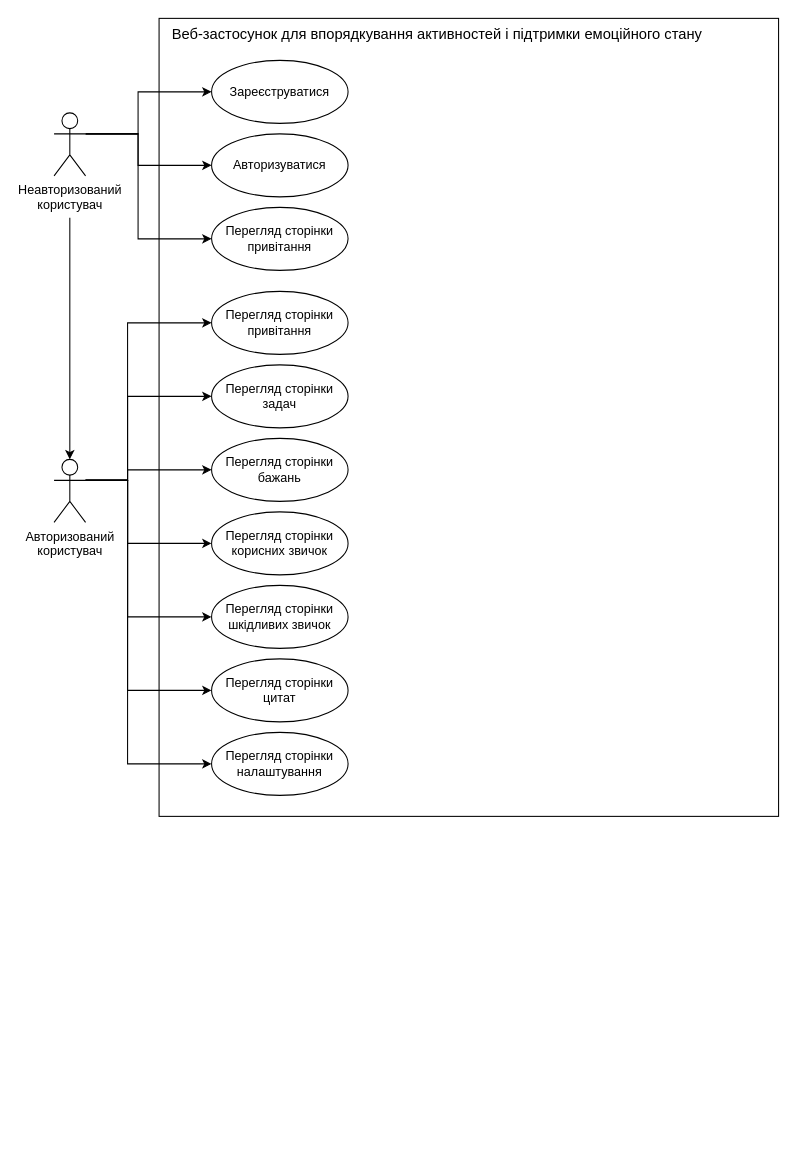
Earlier version of the draw.io diagram assets/usecase.drawio (whitetark/bbetter). Source tidied: cells renumbered, new cells numbered last; positions are measured from the earlier drawing's top-left corner, leaving out a move shared by most shapes. Both pictures are drawn from the tidied source at 105%, with x=0, y=0 at pixel (54, 18).
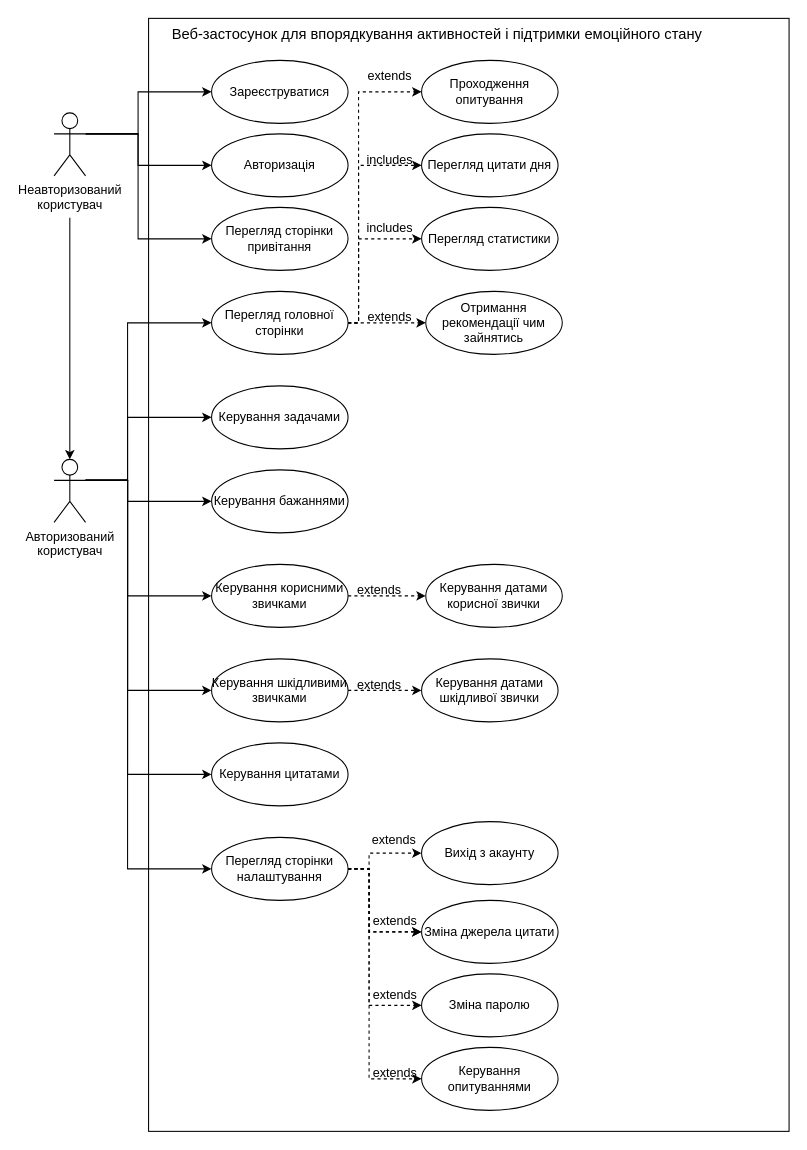
After the change.

Unchanged cells that the change refers to:
```xml
<mxCell id="15" value="Авторизований &lt;br&gt;користувач" style="shape=umlActor;verticalLabelPosition=bottom;verticalAlign=top;html=1;outlineConnect=0;" parent="1" vertex="1">
  <mxGeometry y="420" width="30" height="60" as="geometry" />
</mxCell>
```

Diff of the diagram source:
```diff
@@
     <mxCell id="2" style="rounded=0;whiteSpace=wrap;html=1;" parent="1" vertex="1">
-      <mxGeometry x="100" width="590" height="760" as="geometry" />
+      <mxGeometry x="90" width="610" height="1060" as="geometry" />
     </mxCell>
@@
-    <mxCell id="9" style="edgeStyle=orthogonalEdgeStyle;rounded=0;jettySize=auto;html=1;exitX=1;exitY=0.3333333333333333;exitDx=0;exitDy=0;exitPerimeter=0;entryX=0;entryY=0.5;entryDx=0;entryDy=0;" parent="1" edge="1" source="15" target="19">
+    <mxCell id="9" style="edgeStyle=orthogonalEdgeStyle;rounded=0;jettySize=auto;html=1;exitX=1;exitY=0.3333333333333333;exitDx=0;exitDy=0;exitPerimeter=0;entryX=0;entryY=0.5;entryDx=0;entryDy=0;" parent="1" edge="1" source="15">
       <mxGeometry relative="1" as="geometry">
+        <mxPoint x="150" y="380" as="targetPoint" />
         <Array as="points">
           <mxPoint x="70" y="440" />
-          <mxPoint x="70" y="360" />
+          <mxPoint x="70" y="380" />
         </Array>
       </mxGeometry>
     </mxCell>
-    <mxCell id="10" style="edgeStyle=orthogonalEdgeStyle;rounded=0;jettySize=auto;html=1;exitX=1;exitY=0.3333333333333333;exitDx=0;exitDy=0;exitPerimeter=0;" parent="1" edge="1" source="15" target="21">
-      <mxGeometry relative="1" as="geometry">
-        <Array as="points">
-          <mxPoint x="70" y="440" />
-          <mxPoint x="70" y="430" />
-        </Array>
-      </mxGeometry>
-    </mxCell>
-    <mxCell id="11" style="edgeStyle=orthogonalEdgeStyle;rounded=0;jettySize=auto;html=1;exitX=1;exitY=0.3333333333333333;exitDx=0;exitDy=0;exitPerimeter=0;entryX=0;entryY=0.5;entryDx=0;entryDy=0;" parent="1" edge="1" source="15" target="23">
+    <mxCell id="11" style="edgeStyle=orthogonalEdgeStyle;rounded=0;jettySize=auto;html=1;exitX=1;exitY=0.3333333333333333;exitDx=0;exitDy=0;exitPerimeter=0;entryX=0;entryY=0.5;entryDx=0;entryDy=0;" parent="1" edge="1" source="15">
       <mxGeometry relative="1" as="geometry">
+        <mxPoint x="150" y="550" as="targetPoint" />
         <Array as="points">
           <mxPoint x="70" y="440" />
-          <mxPoint x="70" y="500" />
+          <mxPoint x="70" y="550" />
         </Array>
       </mxGeometry>
     </mxCell>
-    <mxCell id="12" style="edgeStyle=orthogonalEdgeStyle;rounded=0;jettySize=auto;html=1;exitX=1;exitY=0.3333333333333333;exitDx=0;exitDy=0;exitPerimeter=0;entryX=0;entryY=0.5;entryDx=0;entryDy=0;" parent="1" edge="1" source="15" target="24">
+    <mxCell id="12" style="edgeStyle=orthogonalEdgeStyle;rounded=0;jettySize=auto;html=1;exitX=1;exitY=0.3333333333333333;exitDx=0;exitDy=0;exitPerimeter=0;entryX=0;entryY=0.5;entryDx=0;entryDy=0;" parent="1" edge="1" source="15">
       <mxGeometry relative="1" as="geometry">
+        <mxPoint x="150" y="640" as="targetPoint" />
         <Array as="points">
           <mxPoint x="70" y="440" />
-          <mxPoint x="70" y="570" />
+          <mxPoint x="70" y="640" />
         </Array>
       </mxGeometry>
     </mxCell>
-    <mxCell id="13" style="edgeStyle=orthogonalEdgeStyle;rounded=0;jettySize=auto;html=1;exitX=1;exitY=0.3333333333333333;exitDx=0;exitDy=0;exitPerimeter=0;entryX=0;entryY=0.5;entryDx=0;entryDy=0;" parent="1" edge="1" source="15" target="25">
+    <mxCell id="13" style="edgeStyle=orthogonalEdgeStyle;rounded=0;jettySize=auto;html=1;exitX=1;exitY=0.3333333333333333;exitDx=0;exitDy=0;exitPerimeter=0;entryX=0;entryY=0.5;entryDx=0;entryDy=0;" parent="1" edge="1" source="15">
       <mxGeometry relative="1" as="geometry">
+        <mxPoint x="150" y="720" as="targetPoint" />
         <Array as="points">
           <mxPoint x="70" y="440" />
-          <mxPoint x="70" y="640" />
+          <mxPoint x="70" y="720" />
         </Array>
       </mxGeometry>
     </mxCell>
     <mxCell id="14" style="edgeStyle=orthogonalEdgeStyle;rounded=0;jettySize=auto;html=1;exitX=1;exitY=0.3333333333333333;exitDx=0;exitDy=0;exitPerimeter=0;entryX=0;entryY=0.5;entryDx=0;entryDy=0;" parent="1" edge="1" source="15" target="26">
       <mxGeometry relative="1" as="geometry">
         <Array as="points">
           <mxPoint x="70" y="440" />
-          <mxPoint x="70" y="710" />
+          <mxPoint x="70" y="810" />
+          <mxPoint x="150" y="810" />
         </Array>
       </mxGeometry>
     </mxCell>
+    <mxCell id="27" style="edgeStyle=orthogonalEdgeStyle;rounded=0;jettySize=auto;html=1;exitX=1;exitY=0.3333333333333333;exitDx=0;exitDy=0;exitPerimeter=0;entryX=0;entryY=0.5;entryDx=0;entryDy=0;" parent="1" edge="1" source="15">
+      <mxGeometry relative="1" as="geometry">
+        <mxPoint x="150" y="460" as="targetPoint" />
+        <Array as="points">
+          <mxPoint x="70" y="440" />
+          <mxPoint x="70" y="460" />
+        </Array>
+      </mxGeometry>
+    </mxCell>
@@
-    <mxCell id="17" value="Авторизуватися" style="ellipse;whiteSpace=wrap;html=1;" parent="1" vertex="1">
+    <mxCell id="17" value="Авторизація" style="ellipse;whiteSpace=wrap;html=1;" parent="1" vertex="1">
       <mxGeometry x="150" y="110" width="130" height="60" as="geometry" />
     </mxCell>
@@
-    <mxCell id="19" value="Перегляд сторінки задач" style="ellipse;whiteSpace=wrap;html=1;" parent="1" vertex="1">
-      <mxGeometry x="150" y="330" width="130" height="60" as="geometry" />
-    </mxCell>
@@
-    <mxCell id="21" value="Перегляд сторінки бажань" style="ellipse;whiteSpace=wrap;html=1;" parent="1" vertex="1">
-      <mxGeometry x="150" y="400" width="130" height="60" as="geometry" />
-    </mxCell>
+    <mxCell id="28" style="edgeStyle=orthogonalEdgeStyle;rounded=0;jettySize=auto;html=1;exitX=1;exitY=0.5;exitDx=0;exitDy=0;entryX=0;entryY=0.5;entryDx=0;entryDy=0;dashed=1;" parent="1" edge="1" source="22" target="36">
+      <mxGeometry relative="1" as="geometry">
+        <Array as="points">
+          <mxPoint x="290" y="290" />
+          <mxPoint x="290" y="70" />
+        </Array>
+      </mxGeometry>
+    </mxCell>
+    <mxCell id="29" style="edgeStyle=orthogonalEdgeStyle;rounded=0;jettySize=auto;html=1;exitX=1;exitY=0.5;exitDx=0;exitDy=0;entryX=0;entryY=0.5;entryDx=0;entryDy=0;dashed=1;" parent="1" edge="1" source="22" target="56">
+      <mxGeometry relative="1" as="geometry" />
+    </mxCell>
+    <mxCell id="30" style="edgeStyle=orthogonalEdgeStyle;rounded=0;jettySize=auto;html=1;exitX=1;exitY=0.5;exitDx=0;exitDy=0;entryX=0;entryY=0.5;entryDx=0;entryDy=0;dashed=1;" parent="1" edge="1" source="22" target="35">
+      <mxGeometry relative="1" as="geometry">
+        <Array as="points">
+          <mxPoint x="290" y="290" />
+          <mxPoint x="290" y="210" />
+        </Array>
+      </mxGeometry>
+    </mxCell>
-    <mxCell id="22" value="Перегляд сторінки привітання" style="ellipse;whiteSpace=wrap;html=1;" parent="1" vertex="1">
+    <mxCell id="22" value="Перегляд головної сторінки" style="ellipse;whiteSpace=wrap;html=1;" parent="1" vertex="1">
       <mxGeometry x="150" y="260" width="130" height="60" as="geometry" />
     </mxCell>
-    <mxCell id="23" value="Перегляд сторінки корисних звичок" style="ellipse;whiteSpace=wrap;html=1;" parent="1" vertex="1">
-      <mxGeometry x="150" y="470" width="130" height="60" as="geometry" />
-    </mxCell>
-    <mxCell id="24" value="Перегляд сторінки шкідливих звичок" style="ellipse;whiteSpace=wrap;html=1;" parent="1" vertex="1">
-      <mxGeometry x="150" y="540" width="130" height="60" as="geometry" />
-    </mxCell>
-    <mxCell id="25" value="Перегляд сторінки цитат" style="ellipse;whiteSpace=wrap;html=1;" parent="1" vertex="1">
-      <mxGeometry x="150" y="610" width="130" height="60" as="geometry" />
-    </mxCell>
+    <mxCell id="31" style="edgeStyle=orthogonalEdgeStyle;rounded=0;jettySize=auto;html=1;exitX=1;exitY=0.5;exitDx=0;exitDy=0;entryX=0;entryY=0.5;entryDx=0;entryDy=0;dashed=1;" parent="1" edge="1" source="26" target="42">
+      <mxGeometry relative="1" as="geometry">
+        <Array as="points">
+          <mxPoint x="300" y="810" />
+          <mxPoint x="300" y="795" />
+        </Array>
+      </mxGeometry>
+    </mxCell>
+    <mxCell id="32" style="edgeStyle=orthogonalEdgeStyle;rounded=0;jettySize=auto;html=1;exitX=1;exitY=0.5;exitDx=0;exitDy=0;entryX=0;entryY=0.5;entryDx=0;entryDy=0;dashed=1;" parent="1" edge="1" source="26" target="59">
+      <mxGeometry relative="1" as="geometry">
+        <Array as="points">
+          <mxPoint x="300" y="810" />
+          <mxPoint x="300" y="870" />
+        </Array>
+      </mxGeometry>
+    </mxCell>
+    <mxCell id="33" style="edgeStyle=orthogonalEdgeStyle;rounded=0;jettySize=auto;html=1;exitX=1;exitY=0.5;exitDx=0;exitDy=0;entryX=0;entryY=0.5;entryDx=0;entryDy=0;dashed=1;" parent="1" edge="1" source="26" target="43">
+      <mxGeometry relative="1" as="geometry">
+        <Array as="points">
+          <mxPoint x="300" y="810" />
+          <mxPoint x="300" y="940" />
+        </Array>
+      </mxGeometry>
+    </mxCell>
+    <mxCell id="34" style="edgeStyle=orthogonalEdgeStyle;rounded=0;jettySize=auto;html=1;exitX=1;exitY=0.5;exitDx=0;exitDy=0;entryX=0;entryY=0.5;entryDx=0;entryDy=0;dashed=1;" parent="1" edge="1" source="26">
+      <mxGeometry relative="1" as="geometry">
+        <mxPoint x="350" y="1010" as="targetPoint" />
+        <Array as="points">
+          <mxPoint x="300" y="810" />
+          <mxPoint x="300" y="1010" />
+        </Array>
+      </mxGeometry>
+    </mxCell>
     <mxCell id="26" value="Перегляд сторінки налаштування" style="ellipse;whiteSpace=wrap;html=1;" parent="1" vertex="1">
-      <mxGeometry x="150" y="680" width="130" height="60" as="geometry" />
+      <mxGeometry x="150" y="780" width="130" height="60" as="geometry" />
     </mxCell>
+    <mxCell id="35" value="Перегляд статистики" style="ellipse;whiteSpace=wrap;html=1;" parent="1" vertex="1">
+      <mxGeometry x="350" y="180" width="130" height="60" as="geometry" />
+    </mxCell>
+    <mxCell id="36" value="Проходження опитування" style="ellipse;whiteSpace=wrap;html=1;" parent="1" vertex="1">
+      <mxGeometry x="350" y="40" width="130" height="60" as="geometry" />
+    </mxCell>
+    <mxCell id="37" value="Керування&amp;nbsp;задачами" style="ellipse;whiteSpace=wrap;html=1;" parent="1" vertex="1">
+      <mxGeometry x="150" y="350" width="130" height="60" as="geometry" />
+    </mxCell>
+    <mxCell id="38" value="Керування&amp;nbsp;бажаннями" style="ellipse;whiteSpace=wrap;html=1;" parent="1" vertex="1">
+      <mxGeometry x="150" y="430" width="130" height="60" as="geometry" />
+    </mxCell>
+    <mxCell id="39" style="edgeStyle=orthogonalEdgeStyle;rounded=0;jettySize=auto;html=1;exitX=1;exitY=0.5;exitDx=0;exitDy=0;entryX=0;entryY=0.5;entryDx=0;entryDy=0;dashed=1;" parent="1" edge="1" source="40" target="41">
+      <mxGeometry relative="1" as="geometry" />
+    </mxCell>
+    <mxCell id="40" value="Керування корисними звичками" style="ellipse;whiteSpace=wrap;html=1;" parent="1" vertex="1">
+      <mxGeometry x="150" y="520" width="130" height="60" as="geometry" />
+    </mxCell>
+    <mxCell id="41" value="Керування датами корисної звички" style="ellipse;whiteSpace=wrap;html=1;" parent="1" vertex="1">
+      <mxGeometry x="354" y="520" width="130" height="60" as="geometry" />
+    </mxCell>
+    <mxCell id="42" value="Вихід з акаунту" style="ellipse;whiteSpace=wrap;html=1;" parent="1" vertex="1">
+      <mxGeometry x="350" y="765" width="130" height="60" as="geometry" />
+    </mxCell>
+    <mxCell id="43" value="Зміна паролю" style="ellipse;whiteSpace=wrap;html=1;" parent="1" vertex="1">
+      <mxGeometry x="350" y="910" width="130" height="60" as="geometry" />
+    </mxCell>
+    <mxCell id="44" style="edgeStyle=orthogonalEdgeStyle;rounded=0;jettySize=auto;html=1;exitX=1;exitY=0.5;exitDx=0;exitDy=0;dashed=1;" parent="1" edge="1" source="45" target="46">
+      <mxGeometry relative="1" as="geometry" />
+    </mxCell>
+    <mxCell id="45" value="Керування&amp;nbsp;шкідливими звичками" style="ellipse;whiteSpace=wrap;html=1;" parent="1" vertex="1">
+      <mxGeometry x="150" y="610" width="130" height="60" as="geometry" />
+    </mxCell>
+    <mxCell id="46" value="Керування&amp;nbsp;датами шкідливої звички" style="ellipse;whiteSpace=wrap;html=1;" parent="1" vertex="1">
+      <mxGeometry x="350" y="610" width="130" height="60" as="geometry" />
+    </mxCell>
+    <mxCell id="47" value="Керування цитатами" style="ellipse;whiteSpace=wrap;html=1;" parent="1" vertex="1">
+      <mxGeometry x="150" y="690" width="130" height="60" as="geometry" />
+    </mxCell>
+    <mxCell id="48" value="extends" style="text;html=1;align=center;verticalAlign=middle;whiteSpace=wrap;rounded=0;" parent="1" vertex="1">
+      <mxGeometry x="290" y="40" width="60" height="30" as="geometry" />
+    </mxCell>
+    <mxCell id="49" value="includes" style="text;html=1;align=center;verticalAlign=middle;whiteSpace=wrap;rounded=0;" parent="1" vertex="1">
+      <mxGeometry x="290" y="120" width="60" height="30" as="geometry" />
+    </mxCell>
+    <mxCell id="50" value="includes" style="text;html=1;align=center;verticalAlign=middle;whiteSpace=wrap;rounded=0;" parent="1" vertex="1">
+      <mxGeometry x="290" y="190" width="60" height="20" as="geometry" />
+    </mxCell>
+    <mxCell id="51" value="extends" style="text;html=1;align=center;verticalAlign=middle;whiteSpace=wrap;rounded=0;" parent="1" vertex="1">
+      <mxGeometry x="280" y="620" width="60" height="30" as="geometry" />
+    </mxCell>
+    <mxCell id="52" value="extends" style="text;html=1;align=center;verticalAlign=middle;whiteSpace=wrap;rounded=0;" parent="1" vertex="1">
+      <mxGeometry x="295" y="920" width="60" height="20" as="geometry" />
+    </mxCell>
+    <mxCell id="53" value="extends" style="text;html=1;align=center;verticalAlign=middle;whiteSpace=wrap;rounded=0;" parent="1" vertex="1">
+      <mxGeometry x="300" y="850" width="50" height="20" as="geometry" />
+    </mxCell>
+    <mxCell id="54" value="extends" style="text;html=1;align=center;verticalAlign=middle;whiteSpace=wrap;rounded=0;" parent="1" vertex="1">
+      <mxGeometry x="294" y="775" width="60" height="15" as="geometry" />
+    </mxCell>
+    <mxCell id="55" value="extends" style="text;html=1;align=center;verticalAlign=middle;whiteSpace=wrap;rounded=0;" parent="1" vertex="1">
+      <mxGeometry x="280" y="530" width="60" height="30" as="geometry" />
+    </mxCell>
+    <mxCell id="56" value="Отримання рекомендації чим зайнятись" style="ellipse;whiteSpace=wrap;html=1;" parent="1" vertex="1">
+      <mxGeometry x="354" y="260" width="130" height="60" as="geometry" />
+    </mxCell>
+    <mxCell id="57" value="extends" style="text;html=1;align=center;verticalAlign=middle;whiteSpace=wrap;rounded=0;" parent="1" vertex="1">
+      <mxGeometry x="290" y="270" width="60" height="30" as="geometry" />
+    </mxCell>
+    <mxCell id="58" style="edgeStyle=orthogonalEdgeStyle;rounded=0;jettySize=auto;html=1;exitX=1;exitY=0.5;exitDx=0;exitDy=0;entryX=0;entryY=0.5;entryDx=0;entryDy=0;dashed=1;" parent="1" edge="1" source="26" target="59">
+      <mxGeometry relative="1" as="geometry">
+        <Array as="points">
+          <mxPoint x="300" y="810" />
+          <mxPoint x="300" y="870" />
+        </Array>
+      </mxGeometry>
+    </mxCell>
+    <mxCell id="59" value="Зміна джерела цитати" style="ellipse;whiteSpace=wrap;html=1;" parent="1" vertex="1">
+      <mxGeometry x="350" y="840" width="130" height="60" as="geometry" />
+    </mxCell>
+    <mxCell id="60" style="edgeStyle=orthogonalEdgeStyle;rounded=0;jettySize=auto;html=1;exitX=1;exitY=0.5;exitDx=0;exitDy=0;dashed=1;entryX=0;entryY=0.5;entryDx=0;entryDy=0;" parent="1" edge="1" source="22" target="61">
+      <mxGeometry relative="1" as="geometry">
+        <Array as="points">
+          <mxPoint x="290" y="290" />
+          <mxPoint x="290" y="140" />
+        </Array>
+      </mxGeometry>
+    </mxCell>
+    <mxCell id="61" value="Перегляд цитати дня" style="ellipse;whiteSpace=wrap;html=1;" parent="1" vertex="1">
+      <mxGeometry x="350" y="110" width="130" height="60" as="geometry" />
+    </mxCell>
+    <mxCell id="62" value="Керування опитуваннями" style="ellipse;whiteSpace=wrap;html=1;" parent="1" vertex="1">
+      <mxGeometry x="350" y="980" width="130" height="60" as="geometry" />
+    </mxCell>
+    <mxCell id="63" value="extends" style="text;html=1;align=center;verticalAlign=middle;whiteSpace=wrap;rounded=0;" parent="1" vertex="1">
+      <mxGeometry x="295" y="1000" width="60" height="10" as="geometry" />
+    </mxCell>
```
